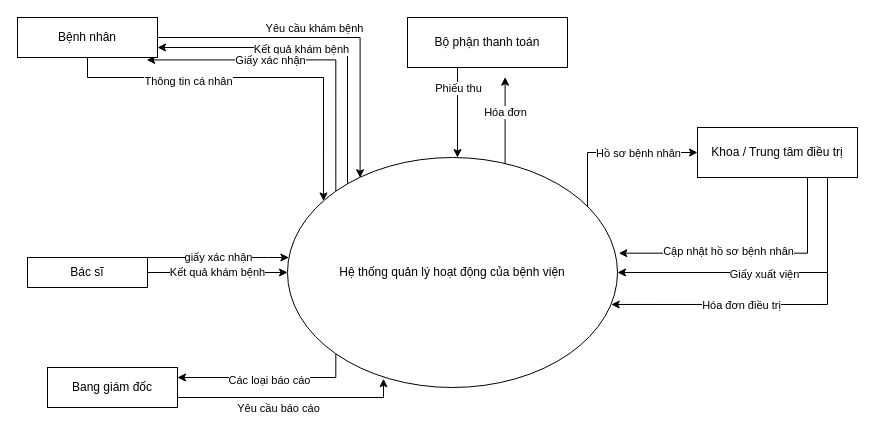
Before: NguCanh.drawio in Nhatran241/HTTT, a draw.io diagram. Source tidied: cells renumbered, new cells numbered last; positions are measured from the earlier drawing's top-left corner, leaving out a move shared by most shapes. Both pictures are drawn from the tidied source at 100%, with x=0, y=0 at pixel (17, 17).
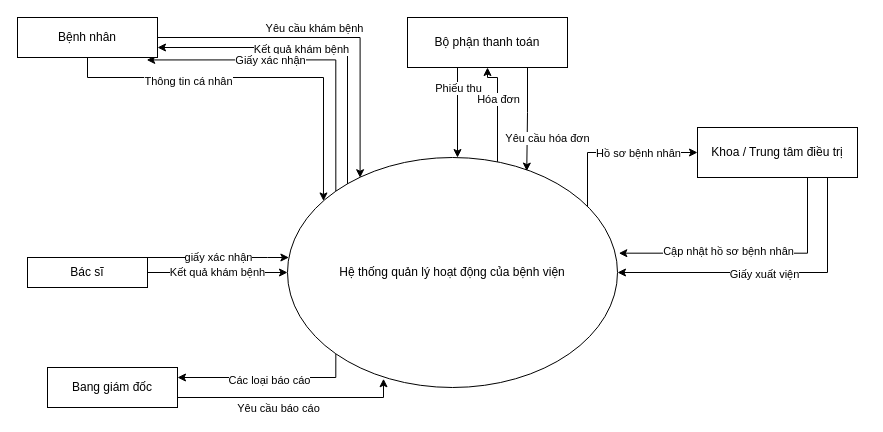
The same diagram, later.

The change refers to these unchanged cells:
```xml
<mxCell id="12" value="Hệ thống quản lý hoạt động của bệnh viện" style="ellipse;whiteSpace=wrap;html=1;" parent="1" vertex="1">
  <mxGeometry x="270" y="140" width="330" height="230" as="geometry" />
</mxCell>
<mxCell id="23" value="Bộ phận thanh toán" style="rounded=0;whiteSpace=wrap;html=1;" parent="1" vertex="1">
  <mxGeometry x="390" width="160" height="50" as="geometry" />
</mxCell>
<mxCell id="30" value="Khoa / Trung tâm điều trị" style="rounded=0;whiteSpace=wrap;html=1;" parent="1" vertex="1">
  <mxGeometry x="680" y="110" width="160" height="50" as="geometry" />
</mxCell>
```

The edit, as a diff of the source:
```diff
@@
-    <mxCell id="8" style="edgeStyle=orthogonalEdgeStyle;rounded=0;jettySize=auto;html=1;entryX=0.61;entryY=1.193;entryDx=0;entryDy=0;entryPerimeter=0;" parent="1" edge="1" source="12" target="23">
+    <mxCell id="8" style="edgeStyle=orthogonalEdgeStyle;rounded=0;jettySize=auto;html=1;" parent="1" edge="1" source="12" target="23">
       <mxGeometry relative="1" as="geometry">
         <Array as="points">
-          <mxPoint x="465" y="140" />
-          <mxPoint x="465" y="140" />
+          <mxPoint x="480" y="60" />
+          <mxPoint x="470" y="60" />
         </Array>
       </mxGeometry>
     </mxCell>
@@
+    <mxCell id="34" style="edgeStyle=orthogonalEdgeStyle;rounded=0;jettySize=auto;html=1;exitX=0.75;exitY=1;exitDx=0;exitDy=0;entryX=0.725;entryY=0.059;entryDx=0;entryDy=0;entryPerimeter=0;" parent="1" edge="1" source="23" target="12">
+      <mxGeometry relative="1" as="geometry" />
+    </mxCell>
+    <mxCell id="35" value="Yêu cầu hóa đơn" style="edgeLabel;html=1;align=center;verticalAlign=middle;" parent="34" vertex="1">
+      <mxGeometry x="0.11" y="1" relative="1" as="geometry">
+        <mxPoint x="19.7" y="12.7" as="offset" />
+      </mxGeometry>
+    </mxCell>
@@
-    <mxCell id="26" style="edgeStyle=orthogonalEdgeStyle;rounded=0;jettySize=auto;html=1;exitX=1;exitY=1;exitDx=0;exitDy=0;entryX=0.981;entryY=0.639;entryDx=0;entryDy=0;entryPerimeter=0;" parent="1" edge="1" source="30" target="12">
-      <mxGeometry relative="1" as="geometry">
-        <Array as="points">
-          <mxPoint x="810" y="160" />
-          <mxPoint x="810" y="287" />
-        </Array>
-      </mxGeometry>
-    </mxCell>
-    <mxCell id="27" value="Hóa đơn điều trị" style="edgeLabel;html=1;align=center;verticalAlign=middle;" parent="26" vertex="1">
-      <mxGeometry x="0.3" y="1" relative="1" as="geometry" />
-    </mxCell>
```
